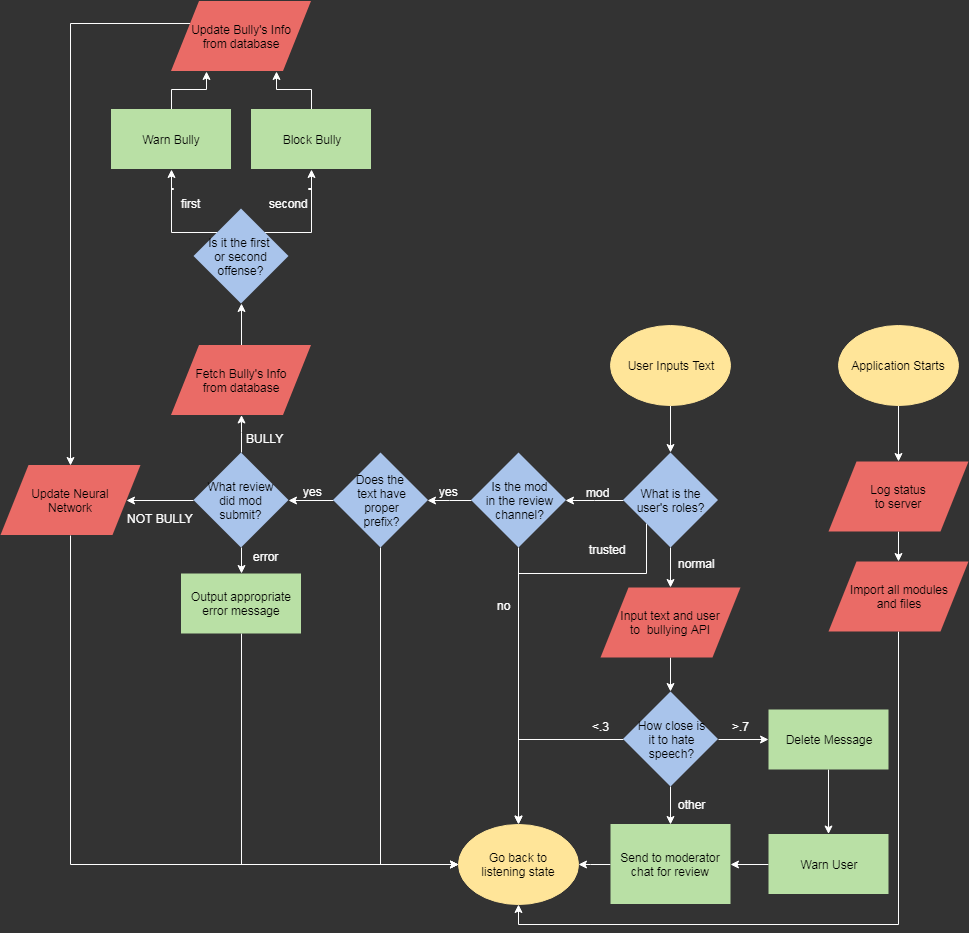
QiLinXue/ICS4U keeps this draw.io diagram as Main Program/Main Program.png. Above is the earlier version. Source tidied: cells renumbered, new cells last; positions are measured from the earlier drawing's top-left corner, leaving out a move shared by most shapes.
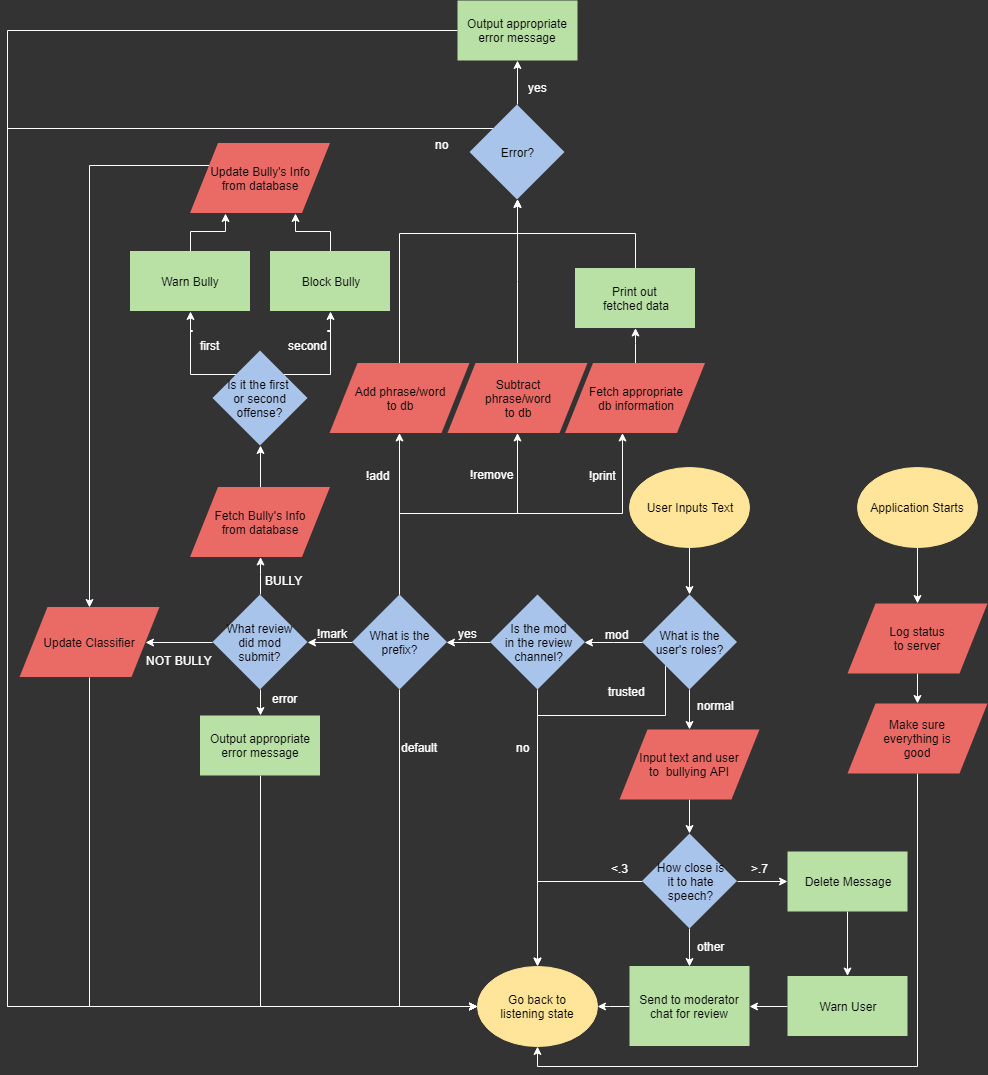
After the change.

Diff of the diagram source:
```diff
@@ -79,7 +79,21 @@
     <mxCell id="25" style="edgeStyle=orthogonalEdgeStyle;rounded=0;html=1;exitX=0;exitY=0.5;entryX=1;entryY=0.5;jettySize=auto;strokeColor=#FFFFFF;" parent="1" edge="1" source="26" target="30">
       <mxGeometry relative="1" as="geometry" />
     </mxCell>
+    <mxCell id="66" style="edgeStyle=orthogonalEdgeStyle;rounded=0;html=1;exitX=0.5;exitY=0;jettySize=auto;strokeColor=#FFFFFF;" parent="1" edge="1" source="26" target="71">
+      <mxGeometry relative="1" as="geometry" />
+    </mxCell>
+    <mxCell id="67" style="edgeStyle=orthogonalEdgeStyle;rounded=0;html=1;exitX=0.5;exitY=0;jettySize=auto;strokeColor=#FFFFFF;" parent="1" edge="1" source="26" target="73">
+      <mxGeometry relative="1" as="geometry" />
+    </mxCell>
+    <mxCell id="68" style="edgeStyle=orthogonalEdgeStyle;rounded=0;html=1;exitX=0.5;exitY=0;jettySize=auto;strokeColor=#FFFFFF;" parent="1" edge="1" source="26" target="75">
+      <mxGeometry relative="1" as="geometry">
+        <Array as="points">
+          <mxPoint x="380" y="371" />
+          <mxPoint x="603" y="371" />
+        </Array>
+      </mxGeometry>
+    </mxCell>
-    <mxCell id="26" value="Does the &lt;br&gt;text have&lt;br&gt;proper&lt;br&gt;prefix?&lt;br&gt;" style="rhombus;whiteSpace=wrap;html=1;strokeColor=none;fillColor=#A9C4EB;" parent="1" vertex="1">
+    <mxCell id="26" value="What is the&lt;br&gt;prefix?&lt;br&gt;" style="rhombus;whiteSpace=wrap;html=1;strokeColor=none;fillColor=#A9C4EB;" parent="1" vertex="1">
       <mxGeometry x="332.5" y="452" width="95" height="95" as="geometry" />
     </mxCell>
     <mxCell id="27" style="edgeStyle=orthogonalEdgeStyle;rounded=0;html=1;exitX=0.5;exitY=1;entryX=0.5;entryY=0;jettySize=auto;strokeColor=#FFFFFF;" parent="1" edge="1" source="30" target="32">
@@ -103,7 +117,7 @@
     <mxCell id="33" style="edgeStyle=orthogonalEdgeStyle;rounded=0;html=1;exitX=0.5;exitY=1;entryX=0;entryY=0.5;jettySize=auto;strokeColor=#FFFFFF;" parent="1" edge="1" source="34" target="10">
       <mxGeometry relative="1" as="geometry" />
     </mxCell>
-    <mxCell id="34" value="Update Neural&lt;br&gt;Network&lt;br&gt;" style="shape=parallelogram;perimeter=parallelogramPerimeter;whiteSpace=wrap;html=1;fillColor=#EA6B66;strokeColor=none;" parent="1" vertex="1">
+    <mxCell id="34" value="Update Classifier&lt;br&gt;" style="shape=parallelogram;perimeter=parallelogramPerimeter;whiteSpace=wrap;html=1;fillColor=#EA6B66;strokeColor=none;" parent="1" vertex="1">
       <mxGeometry y="464.5" width="140" height="70" as="geometry" />
     </mxCell>
     <mxCell id="35" style="edgeStyle=orthogonalEdgeStyle;rounded=0;html=1;exitX=0;exitY=0;entryX=0.5;entryY=1;jettySize=auto;strokeColor=#FFFFFF;" parent="1" edge="1" source="37" target="43">
@@ -170,8 +184,8 @@
     <mxCell id="50" value="&lt;font color=&quot;#ffffff&quot;&gt;yes&lt;/font&gt;" style="text;html=1;align=left;verticalAlign=top;spacingTop=-4;" parent="1" vertex="1">
       <mxGeometry x="437" y="482" width="29" height="14" as="geometry" />
     </mxCell>
-    <mxCell id="51" value="&lt;font color=&quot;#ffffff&quot;&gt;yes&lt;/font&gt;" style="text;html=1;align=left;verticalAlign=top;spacingTop=-4;" parent="1" vertex="1">
-      <mxGeometry x="300.5" y="482" width="29" height="14" as="geometry" />
+    <mxCell id="51" value="&lt;font color=&quot;#ffffff&quot;&gt;!mark&lt;/font&gt;" style="text;html=1;align=left;verticalAlign=top;spacingTop=-4;" parent="1" vertex="1">
+      <mxGeometry x="296" y="482" width="40" height="14" as="geometry" />
     </mxCell>
     <mxCell id="52" value="&lt;font color=&quot;#ffffff&quot;&gt;error&lt;/font&gt;" style="text;html=1;align=left;verticalAlign=top;spacingTop=-4;" parent="1" vertex="1">
       <mxGeometry x="250.5" y="547" width="35" height="14" as="geometry" />
@@ -212,8 +226,80 @@
     <mxCell id="64" style="edgeStyle=orthogonalEdgeStyle;rounded=0;html=1;exitX=0.5;exitY=1;entryX=0.5;entryY=1;jettySize=auto;strokeColor=#FFFFFF;" parent="1" edge="1" source="65" target="10">
       <mxGeometry relative="1" as="geometry" />
     </mxCell>
-    <mxCell id="65" value="Import all modules&lt;br&gt;and files&lt;br&gt;" style="shape=parallelogram;perimeter=parallelogramPerimeter;whiteSpace=wrap;html=1;fillColor=#EA6B66;strokeColor=none;" parent="1" vertex="1">
+    <mxCell id="65" value="Make sure&lt;br&gt;everything is&lt;br&gt;good&lt;br&gt;" style="shape=parallelogram;perimeter=parallelogramPerimeter;whiteSpace=wrap;html=1;fillColor=#EA6B66;strokeColor=none;" parent="1" vertex="1">
       <mxGeometry x="828" y="561" width="140" height="70" as="geometry" />
     </mxCell>
+    <mxCell id="69" value="&lt;font color=&quot;#ffffff&quot;&gt;default&lt;/font&gt;" style="text;html=1;align=left;verticalAlign=top;spacingTop=-4;" parent="1" vertex="1">
+      <mxGeometry x="380" y="596" width="46" height="14" as="geometry" />
+    </mxCell>
+    <mxCell id="70" style="edgeStyle=orthogonalEdgeStyle;rounded=0;html=1;exitX=0.5;exitY=0;entryX=0.5;entryY=1;jettySize=auto;strokeColor=#FFFFFF;" parent="1" edge="1" source="71" target="83">
+      <mxGeometry relative="1" as="geometry">
+        <Array as="points">
+          <mxPoint x="380" y="91" />
+          <mxPoint x="498" y="91" />
+        </Array>
+      </mxGeometry>
+    </mxCell>
+    <mxCell id="71" value="Add phrase/word&lt;br&gt;to db&lt;br&gt;" style="shape=parallelogram;perimeter=parallelogramPerimeter;whiteSpace=wrap;html=1;fillColor=#EA6B66;strokeColor=none;" parent="1" vertex="1">
+      <mxGeometry x="310" y="220.5" width="140" height="70" as="geometry" />
+    </mxCell>
+    <mxCell id="72" style="edgeStyle=orthogonalEdgeStyle;rounded=0;html=1;exitX=0.5;exitY=0;jettySize=auto;strokeColor=#FFFFFF;" parent="1" edge="1" source="73" target="83">
+      <mxGeometry relative="1" as="geometry" />
+    </mxCell>
+    <mxCell id="73" value="Subtract&lt;br&gt;phrase/word&lt;br&gt;to db&lt;br&gt;" style="shape=parallelogram;perimeter=parallelogramPerimeter;whiteSpace=wrap;html=1;fillColor=#EA6B66;strokeColor=none;" parent="1" vertex="1">
+      <mxGeometry x="428" y="220.5" width="140" height="70" as="geometry" />
+    </mxCell>
+    <mxCell id="74" style="edgeStyle=orthogonalEdgeStyle;rounded=0;html=1;exitX=0.5;exitY=0;jettySize=auto;strokeColor=#FFFFFF;" parent="1" edge="1" source="75" target="77">
+      <mxGeometry relative="1" as="geometry" />
+    </mxCell>
+    <mxCell id="75" value="Fetch appropriate&lt;br&gt;db information&lt;br&gt;" style="shape=parallelogram;perimeter=parallelogramPerimeter;whiteSpace=wrap;html=1;fillColor=#EA6B66;strokeColor=none;" parent="1" vertex="1">
+      <mxGeometry x="545.5" y="220.5" width="140" height="70" as="geometry" />
+    </mxCell>
+    <mxCell id="76" style="edgeStyle=orthogonalEdgeStyle;rounded=0;html=1;exitX=0.5;exitY=0;entryX=0.5;entryY=1;jettySize=auto;strokeColor=#FFFFFF;" parent="1" edge="1" source="77" target="83">
+      <mxGeometry relative="1" as="geometry" />
+    </mxCell>
+    <mxCell id="77" value="Print out &lt;br&gt;fetched data" style="rounded=0;whiteSpace=wrap;html=1;strokeColor=none;fillColor=#B9E0A5;" parent="1" vertex="1">
+      <mxGeometry x="555.5" y="125.5" width="120" height="60" as="geometry" />
+    </mxCell>
+    <mxCell id="78" value="&lt;font color=&quot;#ffffff&quot;&gt;!add&lt;/font&gt;" style="text;html=1;align=left;verticalAlign=top;spacingTop=-4;" parent="1" vertex="1">
+      <mxGeometry x="344.5" y="323.5" width="33" height="14" as="geometry" />
+    </mxCell>
+    <mxCell id="79" value="&lt;font color=&quot;#ffffff&quot;&gt;!remove&lt;/font&gt;" style="text;html=1;align=left;verticalAlign=top;spacingTop=-4;" parent="1" vertex="1">
+      <mxGeometry x="449" y="323" width="53" height="14" as="geometry" />
+    </mxCell>
+    <mxCell id="80" value="&lt;font color=&quot;#ffffff&quot;&gt;!print&lt;/font&gt;" style="text;html=1;align=left;verticalAlign=top;spacingTop=-4;" parent="1" vertex="1">
+      <mxGeometry x="568" y="323.5" width="37" height="14" as="geometry" />
+    </mxCell>
+    <mxCell id="81" style="edgeStyle=orthogonalEdgeStyle;rounded=0;html=1;exitX=0.5;exitY=0;jettySize=auto;strokeColor=#FFFFFF;" parent="1" edge="1" source="83" target="85">
+      <mxGeometry relative="1" as="geometry" />
+    </mxCell>
+    <mxCell id="82" style="edgeStyle=orthogonalEdgeStyle;rounded=0;html=1;exitX=0;exitY=0;entryX=0;entryY=0.5;jettySize=auto;strokeColor=#FFFFFF;" parent="1" edge="1" source="83" target="10">
+      <mxGeometry relative="1" as="geometry">
+        <Array as="points">
+          <mxPoint x="-12" y="-14" />
+          <mxPoint x="-12" y="864" />
+        </Array>
+      </mxGeometry>
+    </mxCell>
+    <mxCell id="83" value="Error?&lt;br&gt;" style="rhombus;whiteSpace=wrap;html=1;strokeColor=none;fillColor=#A9C4EB;" parent="1" vertex="1">
+      <mxGeometry x="450" y="-38" width="95" height="95" as="geometry" />
+    </mxCell>
+    <mxCell id="84" style="edgeStyle=orthogonalEdgeStyle;rounded=0;html=1;exitX=0;exitY=0.5;entryX=0;entryY=0.5;jettySize=auto;strokeColor=#FFFFFF;" parent="1" edge="1" source="85" target="10">
+      <mxGeometry relative="1" as="geometry">
+        <Array as="points">
+          <mxPoint x="-12" y="-112" />
+          <mxPoint x="-12" y="864" />
+        </Array>
+      </mxGeometry>
+    </mxCell>
+    <mxCell id="85" value="Output appropriate error message" style="rounded=0;whiteSpace=wrap;html=1;strokeColor=none;fillColor=#B9E0A5;" parent="1" vertex="1">
+      <mxGeometry x="438" y="-142" width="120" height="60" as="geometry" />
+    </mxCell>
+    <mxCell id="86" value="&lt;font color=&quot;#ffffff&quot;&gt;yes&lt;/font&gt;" style="text;html=1;align=left;verticalAlign=top;spacingTop=-4;" parent="1" vertex="1">
+      <mxGeometry x="506.5" y="-64" width="29" height="14" as="geometry" />
+    </mxCell>
+    <mxCell id="87" value="&lt;font color=&quot;#ffffff&quot;&gt;no&lt;/font&gt;" style="text;html=1;align=left;verticalAlign=top;spacingTop=-4;" parent="1" vertex="1">
+      <mxGeometry x="413.5" y="-7.5" width="23" height="14" as="geometry" />
+    </mxCell>
   </root>
 </mxGraphModel>
```
